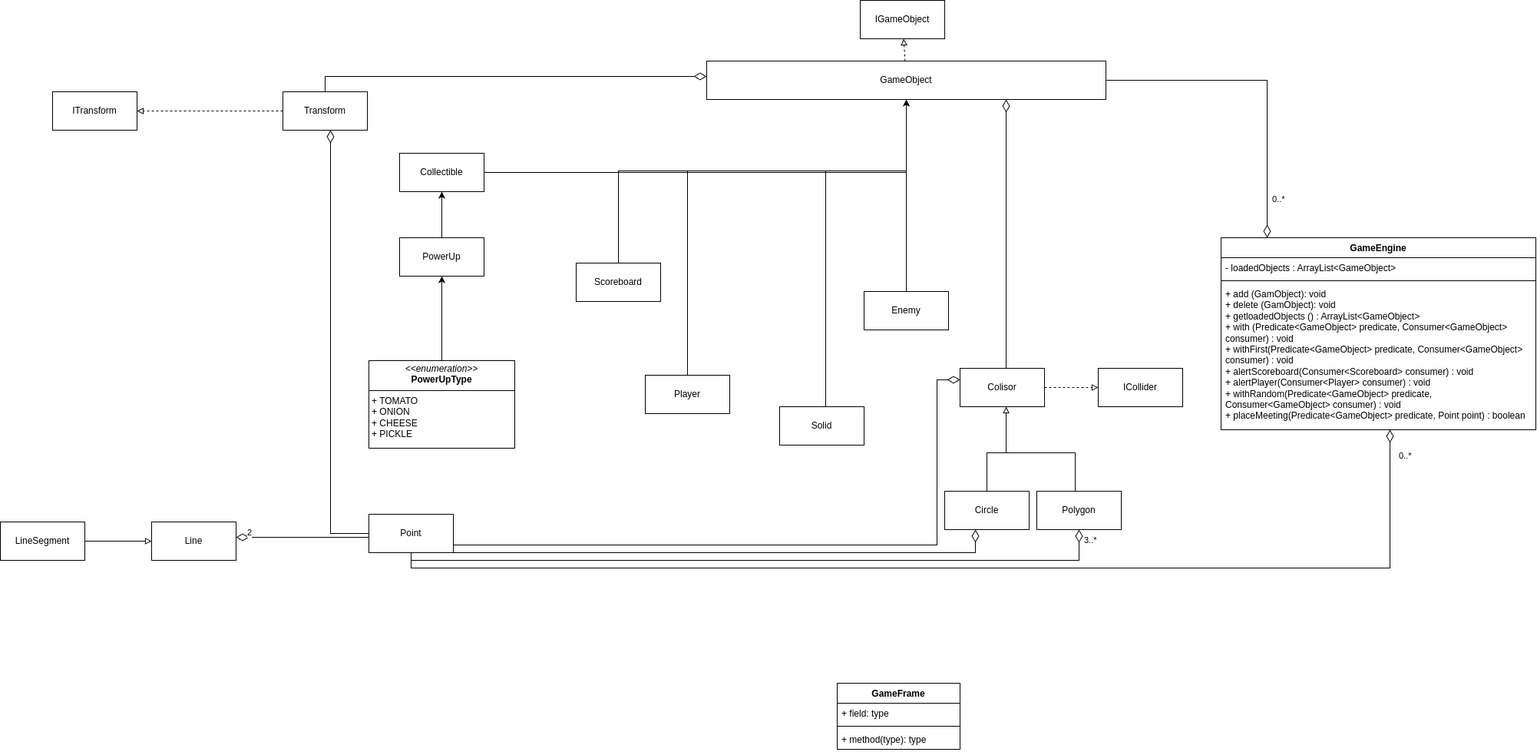
Before: UMLs/UML-3.png, a diagram exported from draw.io (ricardoorodriguess/BurgerMan). Source tidied: cells renumbered, new cells last; positions are measured from the earlier drawing's top-left corner, leaving out a move shared by most shapes.
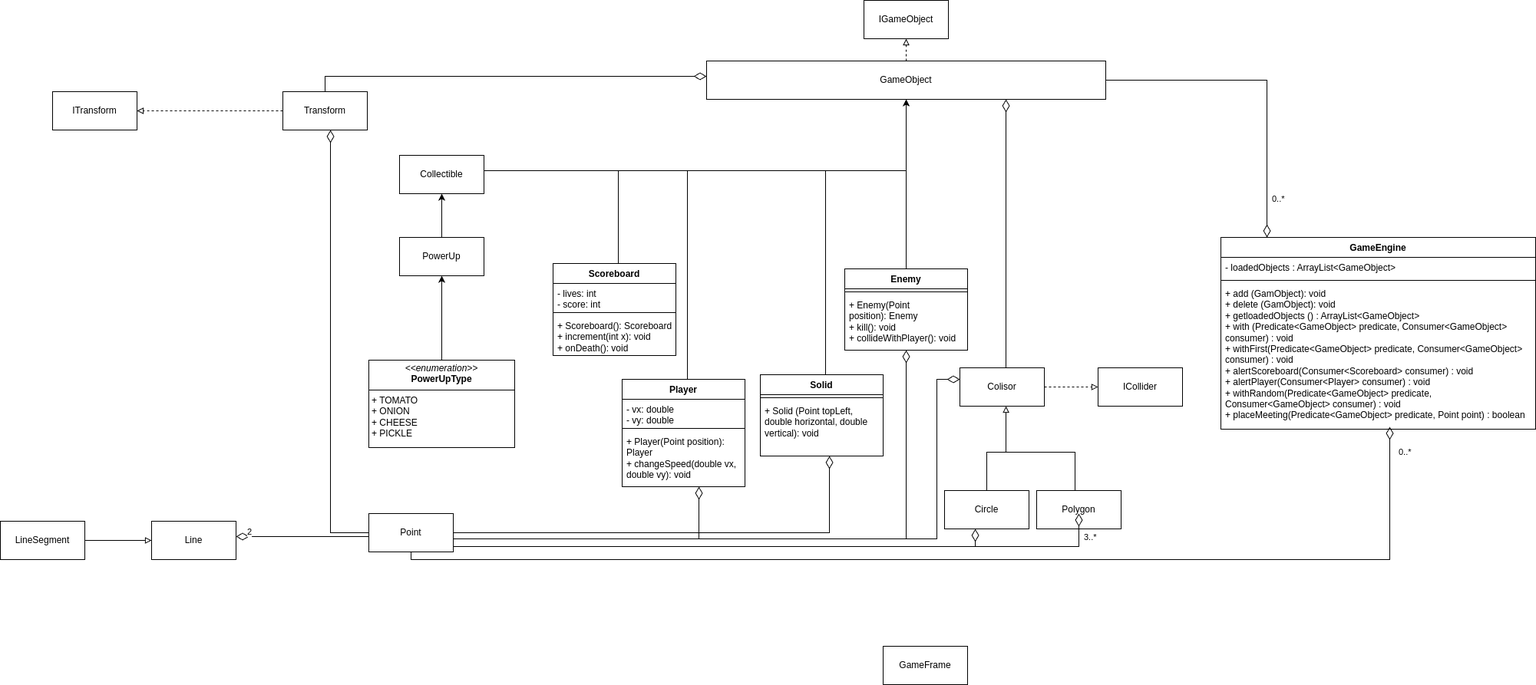
Above is the later version.

The edit, as a diff of the source:
```diff
@@ -9,14 +9,17 @@
       <mxGeometry x="-1" y="3" relative="1" as="geometry">
         <Array as="points">
           <mxPoint x="1220" y="494" />
-          <mxPoint x="1220" y="709" />
+          <mxPoint x="1220" y="702" />
         </Array>
       </mxGeometry>
     </mxCell>
-    <mxCell id="4" value="3..*" style="endArrow=none;html=1;endSize=12;startArrow=diamondThin;startSize=14;startFill=0;edgeStyle=orthogonalEdgeStyle;align=left;verticalAlign=bottom;rounded=0;endFill=0;" parent="1" edge="1" source="2" target="9">
-      <mxGeometry x="-0.95" y="5" relative="1" as="geometry">
+    <mxCell id="4" value="3..*" style="endArrow=none;html=1;endSize=12;startArrow=diamondThin;startSize=14;startFill=0;edgeStyle=orthogonalEdgeStyle;align=left;verticalAlign=bottom;rounded=0;endFill=0;" parent="1" edge="1">
+      <mxGeometry x="-0.91" y="5" relative="1" as="geometry">
+        <mxPoint x="1405" y="669" as="sourcePoint" />
+        <mxPoint x="590" y="709" as="targetPoint" />
         <Array as="points">
-          <mxPoint x="1405" y="729" />
+          <mxPoint x="1405" y="712" />
+          <mxPoint x="590" y="712" />
         </Array>
       </mxGeometry>
     </mxCell>
@@ -53,7 +56,7 @@
       <mxGeometry x="68" y="119" width="110" height="50" as="geometry" />
     </mxCell>
     <mxCell id="14" value="IGameObject" style="html=1;whiteSpace=wrap;" parent="1" vertex="1">
-      <mxGeometry x="1120" width="110" height="50" as="geometry" />
+      <mxGeometry x="1125" width="110" height="50" as="geometry" />
     </mxCell>
     <mxCell id="15" value="GameObject" style="html=1;whiteSpace=wrap;" parent="1" vertex="1">
       <mxGeometry x="920" y="79" width="520" height="50" as="geometry" />
@@ -123,7 +126,7 @@
     <mxCell id="26" style="endArrow=none;html=1;endSize=12;startArrow=diamondThin;startSize=14;startFill=0;edgeStyle=orthogonalEdgeStyle;align=left;verticalAlign=bottom;rounded=0;endFill=0;" parent="1" edge="1" source="8" target="9">
       <mxGeometry x="-1" y="3" relative="1" as="geometry">
         <Array as="points">
-          <mxPoint x="1270" y="719" />
+          <mxPoint x="1270" y="712" />
         </Array>
       </mxGeometry>
     </mxCell>
@@ -139,34 +142,21 @@
     <mxCell id="30" value="+ add (GamObject): void&lt;div&gt;+ delete (GamObject): void&lt;/div&gt;&lt;div&gt;+ getloadedObjects ()&lt;span style=&quot;background-color: transparent; color: light-dark(rgb(0, 0, 0), rgb(255, 255, 255));&quot;&gt;&amp;nbsp;: ArrayList&amp;lt;GameObject&amp;gt;&lt;/span&gt;&lt;/div&gt;&lt;div&gt;+&amp;nbsp;with (Predicate&amp;lt;GameObject&amp;gt; predicate, Consumer&amp;lt;GameObject&amp;gt; consumer) : void&lt;/div&gt;&lt;div&gt;+&amp;nbsp;withFirst(Predicate&amp;lt;GameObject&amp;gt; predicate, Consumer&amp;lt;GameObject&amp;gt; consumer) : void&lt;/div&gt;&lt;div&gt;+&amp;nbsp;alertScoreboard(Consumer&amp;lt;Scoreboard&amp;gt; consumer) : void&lt;/div&gt;&lt;div&gt;+&amp;nbsp;alertPlayer(Consumer&amp;lt;Player&amp;gt; consumer) : void&lt;/div&gt;&lt;div&gt;+&amp;nbsp;withRandom(Predicate&amp;lt;GameObject&amp;gt; predicate, Consumer&amp;lt;GameObject&amp;gt; consumer) : void&lt;/div&gt;&lt;div&gt;+&amp;nbsp;placeMeeting(Predicate&amp;lt;GameObject&amp;gt; predicate, Point point) : boolean&lt;/div&gt;" style="text;strokeColor=none;fillColor=none;align=left;verticalAlign=top;spacingLeft=4;spacingRight=4;overflow=hidden;whiteSpace=wrap;html=1;" parent="27" vertex="1">
       <mxGeometry y="60" width="410" height="190" as="geometry" />
     </mxCell>
-    <mxCell id="31" value="0..*" style="endArrow=none;html=1;endSize=12;startArrow=diamondThin;startSize=14;startFill=0;edgeStyle=orthogonalEdgeStyle;align=left;verticalAlign=bottom;rounded=0;endFill=0;" parent="1" edge="1" source="27" target="9">
+    <mxCell id="31" value="0..*" style="endArrow=none;html=1;endSize=12;startArrow=diamondThin;startSize=14;startFill=0;edgeStyle=orthogonalEdgeStyle;align=left;verticalAlign=bottom;rounded=0;endFill=0;" parent="1" edge="1" target="9">
       <mxGeometry x="-0.94" y="10" relative="1" as="geometry">
+        <mxPoint x="1810" y="556" as="sourcePoint" />
         <Array as="points">
-          <mxPoint x="1810" y="739" />
+          <mxPoint x="1810" y="729" />
+          <mxPoint x="535" y="729" />
         </Array>
       </mxGeometry>
     </mxCell>
-    <mxCell id="32" value="GameFrame" style="swimlane;fontStyle=1;align=center;verticalAlign=top;horizontal=1;startSize=26;whiteSpace=wrap;html=1;" parent="1" vertex="1">
-      <mxGeometry x="1090" y="889" width="160" height="86" as="geometry" />
-    </mxCell>
-    <mxCell id="33" value="+ field: type" style="text;strokeColor=none;fillColor=none;align=left;verticalAlign=top;spacingLeft=4;spacingRight=4;overflow=hidden;whiteSpace=wrap;html=1;" parent="32" vertex="1">
-      <mxGeometry y="26" width="160" height="26" as="geometry" />
-    </mxCell>
-    <mxCell id="34" style="line;strokeWidth=1;fillColor=none;align=left;verticalAlign=middle;spacingTop=-1;spacingLeft=3;spacingRight=3;labelPosition=right;strokeColor=inherit;" parent="32" vertex="1">
-      <mxGeometry y="52" width="160" height="8" as="geometry" />
-    </mxCell>
-    <mxCell id="35" value="+ method(type): type" style="text;strokeColor=none;fillColor=none;align=left;verticalAlign=top;spacingLeft=4;spacingRight=4;overflow=hidden;whiteSpace=wrap;html=1;" parent="32" vertex="1">
-      <mxGeometry y="60" width="160" height="26" as="geometry" />
-    </mxCell>
     <mxCell id="36" style="edgeStyle=orthogonalEdgeStyle;rounded=0;jettySize=auto;html=1;" parent="1" edge="1" source="37" target="47">
       <mxGeometry relative="1" as="geometry" />
     </mxCell>
     <mxCell id="37" value="&lt;p style=&quot;margin:0px;margin-top:4px;text-align:center;&quot;&gt;&lt;i&gt;&amp;lt;&amp;lt;enumeration&amp;gt;&amp;gt;&lt;/i&gt;&lt;br&gt;&lt;b&gt;PowerUpType&lt;/b&gt;&lt;/p&gt;&lt;hr size=&quot;1&quot; style=&quot;border-style:solid;&quot;&gt;&lt;p style=&quot;margin:0px;margin-left:4px;&quot;&gt;+&amp;nbsp;TOMATO&lt;/p&gt;&lt;p style=&quot;margin:0px;margin-left:4px;&quot;&gt;+&amp;nbsp;ONION&lt;/p&gt;&lt;p style=&quot;margin:0px;margin-left:4px;&quot;&gt;+&amp;nbsp;CHEESE&lt;/p&gt;&lt;p style=&quot;margin:0px;margin-left:4px;&quot;&gt;+&amp;nbsp;PICKLE&lt;/p&gt;" style="verticalAlign=top;align=left;overflow=fill;html=1;whiteSpace=wrap;" parent="1" vertex="1">
       <mxGeometry x="480" y="469" width="190" height="114" as="geometry" />
     </mxCell>
-    <mxCell id="38" value="Scoreboard" style="html=1;whiteSpace=wrap;" parent="1" vertex="1">
-      <mxGeometry x="750" y="342" width="110" height="50" as="geometry" />
-    </mxCell>
     <mxCell id="39" style="edgeStyle=orthogonalEdgeStyle;rounded=0;jettySize=auto;html=1;" parent="1" edge="1" source="40" target="15">
       <mxGeometry relative="1" as="geometry">
         <Array as="points">
@@ -175,15 +165,14 @@
         </Array>
       </mxGeometry>
     </mxCell>
-    <mxCell id="40" value="Solid" style="html=1;whiteSpace=wrap;" parent="1" vertex="1">
-      <mxGeometry x="1015" y="529" width="110" height="50" as="geometry" />
-    </mxCell>
     <mxCell id="41" style="edgeStyle=orthogonalEdgeStyle;rounded=0;jettySize=auto;html=1;" parent="1" edge="1" source="42" target="15">
-      <mxGeometry relative="1" as="geometry" />
+      <mxGeometry relative="1" as="geometry">
+        <Array as="points">
+          <mxPoint x="1180" y="262" />
+          <mxPoint x="1180" y="262" />
+        </Array>
+      </mxGeometry>
     </mxCell>
-    <mxCell id="42" value="Enemy" style="html=1;whiteSpace=wrap;" parent="1" vertex="1">
-      <mxGeometry x="1125" y="379" width="110" height="50" as="geometry" />
-    </mxCell>
     <mxCell id="43" style="edgeStyle=orthogonalEdgeStyle;rounded=0;jettySize=auto;html=1;" parent="1" edge="1" source="44" target="15">
       <mxGeometry relative="1" as="geometry">
         <Array as="points">
@@ -192,11 +181,8 @@
         </Array>
       </mxGeometry>
     </mxCell>
-    <mxCell id="44" value="Player" style="html=1;whiteSpace=wrap;" parent="1" vertex="1">
-      <mxGeometry x="840" y="488" width="110" height="50" as="geometry" />
-    </mxCell>
     <mxCell id="45" value="Collectible" style="html=1;whiteSpace=wrap;" parent="1" vertex="1">
-      <mxGeometry x="520" y="199" width="110" height="50" as="geometry" />
+      <mxGeometry x="520" y="202" width="110" height="50" as="geometry" />
     </mxCell>
     <mxCell id="46" style="edgeStyle=orthogonalEdgeStyle;rounded=0;jettySize=auto;html=1;" parent="1" edge="1" source="47" target="45">
       <mxGeometry relative="1" as="geometry" />
@@ -207,7 +193,7 @@
     <mxCell id="48" style="edgeStyle=orthogonalEdgeStyle;rounded=0;jettySize=auto;html=1;entryX=0.5;entryY=1;entryDx=0;entryDy=0;" parent="1" edge="1" source="45" target="15">
       <mxGeometry relative="1" as="geometry">
         <Array as="points">
-          <mxPoint x="1180" y="224" />
+          <mxPoint x="1180" y="222" />
         </Array>
       </mxGeometry>
     </mxCell>
@@ -219,5 +205,72 @@
         </Array>
       </mxGeometry>
     </mxCell>
+    <mxCell id="32" value="GameFrame" style="html=1;whiteSpace=wrap;" parent="1" vertex="1">
+      <mxGeometry x="1150" y="842" width="110" height="50" as="geometry" />
+    </mxCell>
+    <mxCell id="38" value="Scoreboard" style="swimlane;fontStyle=1;align=center;verticalAlign=top;horizontal=1;startSize=26;whiteSpace=wrap;html=1;" parent="1" vertex="1">
+      <mxGeometry x="720" y="343" width="160" height="120" as="geometry" />
+    </mxCell>
+    <mxCell id="50" value="- lives: int&lt;div&gt;- score: int&lt;/div&gt;" style="text;strokeColor=none;fillColor=none;align=left;verticalAlign=top;spacingLeft=4;spacingRight=4;overflow=hidden;whiteSpace=wrap;html=1;" parent="38" vertex="1">
+      <mxGeometry y="26" width="160" height="34" as="geometry" />
+    </mxCell>
+    <mxCell id="51" style="line;strokeWidth=1;fillColor=none;align=left;verticalAlign=middle;spacingTop=-1;spacingLeft=3;spacingRight=3;labelPosition=right;strokeColor=inherit;" parent="38" vertex="1">
+      <mxGeometry y="60" width="160" height="8" as="geometry" />
+    </mxCell>
+    <mxCell id="52" value="&lt;div&gt;+ Scoreboard(): Scoreboard&lt;/div&gt;+ increment(int x): void&lt;div&gt;+ onDeath(): void&lt;/div&gt;" style="text;strokeColor=none;fillColor=none;align=left;verticalAlign=top;spacingLeft=4;spacingRight=4;overflow=hidden;whiteSpace=wrap;html=1;" parent="38" vertex="1">
+      <mxGeometry y="68" width="160" height="52" as="geometry" />
+    </mxCell>
+    <mxCell id="44" value="Player" style="swimlane;fontStyle=1;align=center;verticalAlign=top;horizontal=1;startSize=26;whiteSpace=wrap;html=1;" parent="1" vertex="1">
+      <mxGeometry x="810" y="494" width="160" height="140" as="geometry" />
+    </mxCell>
+    <mxCell id="53" value="- vx: double&lt;div&gt;- vy: double&lt;/div&gt;" style="text;strokeColor=none;fillColor=none;align=left;verticalAlign=top;spacingLeft=4;spacingRight=4;overflow=hidden;whiteSpace=wrap;html=1;" parent="44" vertex="1">
+      <mxGeometry y="26" width="160" height="34" as="geometry" />
+    </mxCell>
+    <mxCell id="54" style="line;strokeWidth=1;fillColor=none;align=left;verticalAlign=middle;spacingTop=-1;spacingLeft=3;spacingRight=3;labelPosition=right;strokeColor=inherit;" parent="44" vertex="1">
+      <mxGeometry y="60" width="160" height="8" as="geometry" />
+    </mxCell>
+    <mxCell id="55" value="&lt;div&gt;+ Player(Point position): Player&lt;/div&gt;+ changeSpeed(double vx, double vy): void" style="text;strokeColor=none;fillColor=none;align=left;verticalAlign=top;spacingLeft=4;spacingRight=4;overflow=hidden;whiteSpace=wrap;html=1;" parent="44" vertex="1">
+      <mxGeometry y="68" width="160" height="72" as="geometry" />
+    </mxCell>
+    <mxCell id="56" style="endArrow=none;html=1;endSize=12;startArrow=diamondThin;startSize=14;startFill=0;edgeStyle=orthogonalEdgeStyle;align=left;verticalAlign=bottom;rounded=0;endFill=0;entryX=1;entryY=0.5;entryDx=0;entryDy=0;" parent="1" edge="1" source="44" target="9">
+      <mxGeometry x="-1" y="3" relative="1" as="geometry">
+        <Array as="points">
+          <mxPoint x="910" y="702" />
+          <mxPoint x="590" y="702" />
+        </Array>
+      </mxGeometry>
+    </mxCell>
+    <mxCell id="40" value="Solid" style="swimlane;fontStyle=1;align=center;verticalAlign=top;horizontal=1;startSize=26;whiteSpace=wrap;html=1;" parent="1" vertex="1">
+      <mxGeometry x="990" y="488" width="160" height="106" as="geometry" />
+    </mxCell>
+    <mxCell id="57" style="line;strokeWidth=1;fillColor=none;align=left;verticalAlign=middle;spacingTop=-1;spacingLeft=3;spacingRight=3;labelPosition=right;strokeColor=inherit;" parent="40" vertex="1">
+      <mxGeometry y="26" width="160" height="8" as="geometry" />
+    </mxCell>
+    <mxCell id="58" value="&lt;div&gt;+ Solid (Point topLeft, double horizontal,&amp;nbsp;&lt;span style=&quot;background-color: transparent; color: light-dark(rgb(0, 0, 0), rgb(255, 255, 255));&quot;&gt;double vertical&lt;/span&gt;&lt;span style=&quot;background-color: transparent; color: light-dark(rgb(0, 0, 0), rgb(255, 255, 255));&quot;&gt;): void&lt;/span&gt;&lt;/div&gt;" style="text;strokeColor=none;fillColor=none;align=left;verticalAlign=top;spacingLeft=4;spacingRight=4;overflow=hidden;whiteSpace=wrap;html=1;" parent="40" vertex="1">
+      <mxGeometry y="34" width="160" height="72" as="geometry" />
+    </mxCell>
+    <mxCell id="59" style="endArrow=none;html=1;endSize=12;startArrow=diamondThin;startSize=14;startFill=0;edgeStyle=orthogonalEdgeStyle;align=left;verticalAlign=bottom;rounded=0;endFill=0;" parent="1" edge="1" source="40" target="9">
+      <mxGeometry x="-1" y="3" relative="1" as="geometry">
+        <Array as="points">
+          <mxPoint x="1080" y="694" />
+        </Array>
+      </mxGeometry>
+    </mxCell>
+    <mxCell id="42" value="Enemy" style="swimlane;fontStyle=1;align=center;verticalAlign=top;horizontal=1;startSize=26;whiteSpace=wrap;html=1;" parent="1" vertex="1">
+      <mxGeometry x="1100" y="350" width="160" height="106" as="geometry" />
+    </mxCell>
+    <mxCell id="60" style="line;strokeWidth=1;fillColor=none;align=left;verticalAlign=middle;spacingTop=-1;spacingLeft=3;spacingRight=3;labelPosition=right;strokeColor=inherit;" parent="42" vertex="1">
+      <mxGeometry y="26" width="160" height="8" as="geometry" />
+    </mxCell>
+    <mxCell id="61" value="&lt;div&gt;+ Enemy(Point position):&amp;nbsp;&lt;span style=&quot;background-color: transparent; color: light-dark(rgb(0, 0, 0), rgb(255, 255, 255));&quot;&gt;Enemy&lt;/span&gt;&lt;/div&gt;+ kill(): void&lt;div&gt;+ collideWithPlayer(): void&lt;/div&gt;" style="text;strokeColor=none;fillColor=none;align=left;verticalAlign=top;spacingLeft=4;spacingRight=4;overflow=hidden;whiteSpace=wrap;html=1;" parent="42" vertex="1">
+      <mxGeometry y="34" width="160" height="72" as="geometry" />
+    </mxCell>
+    <mxCell id="62" style="endArrow=none;html=1;endSize=12;startArrow=diamondThin;startSize=14;startFill=0;edgeStyle=orthogonalEdgeStyle;align=left;verticalAlign=bottom;rounded=0;endFill=0;" parent="1" edge="1" source="42" target="9">
+      <mxGeometry x="-1" y="3" relative="1" as="geometry">
+        <Array as="points">
+          <mxPoint x="1180" y="702" />
+        </Array>
+      </mxGeometry>
+    </mxCell>
   </root>
 </mxGraphModel>
```
